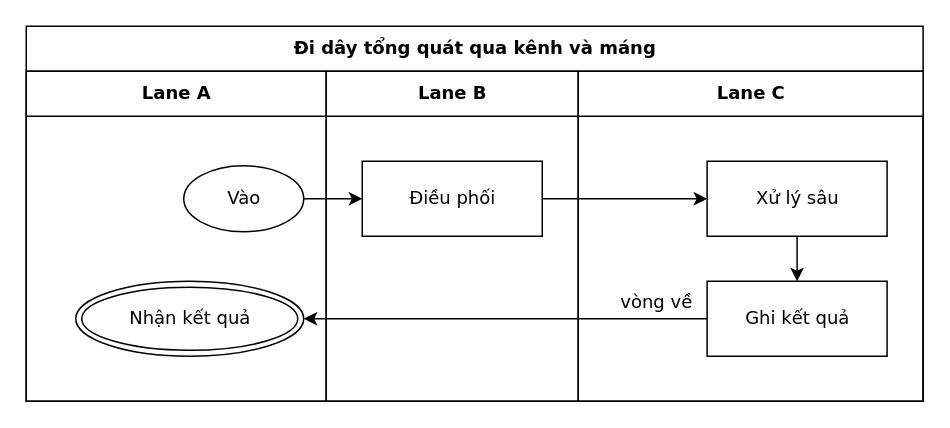
Earlier version of the draw.io diagram conformance/golden/optimize/cases-16-route-general.drawio (luytbq/flowcast). Source tidied: cells renumbered, new cells numbered last; positions are measured from the earlier drawing's top-left corner, leaving out a move shared by most shapes. Both pictures are drawn from the tidied source at 150%, with x=0, y=0 at pixel (26, 26).
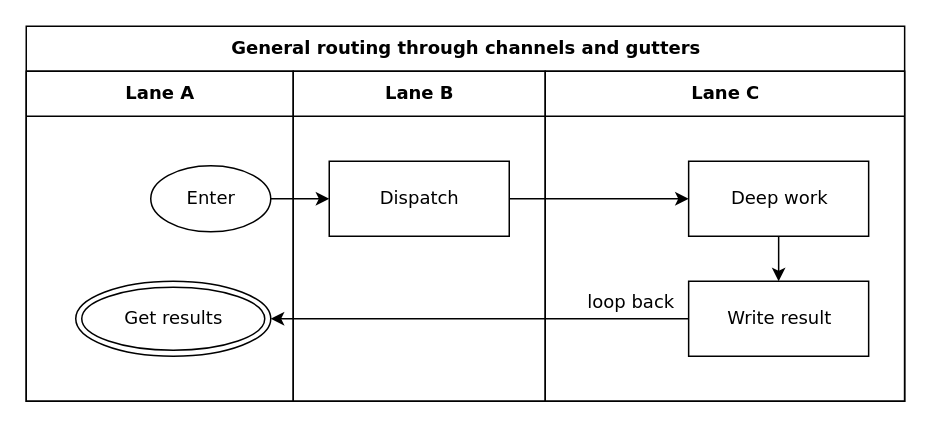
The same page after the edit.

Change to the diagram source:
```diff
@@
 <mxGraphModel>
   <root>
     <mxCell id="0" />
     <mxCell id="1" parent="0" />
-    <mxCell id="2" value="Đi dây tổng quát qua kênh và máng" style="swimlane;html=1;startSize=30;fontStyle=1;fontFamily=Verdana;fontSize=12;flowtable=1;" parent="1" vertex="1">
-      <mxGeometry width="597.9" height="250" as="geometry" />
+    <mxCell id="2" value="General routing through channels and gutters" style="swimlane;html=1;startSize=30;fontStyle=1;fontFamily=Verdana;fontSize=12;flowtable=1;" parent="1" vertex="1">
+      <mxGeometry width="585.6" height="250" as="geometry" />
     </mxCell>
     <mxCell id="3" value="Lane A" style="swimlane;html=1;startSize=30;fontFamily=Verdana;fontSize=12;flowtable=1;" parent="2" vertex="1">
-      <mxGeometry y="30" width="200" height="220" as="geometry" />
+      <mxGeometry y="30" width="178" height="220" as="geometry" />
     </mxCell>
     <mxCell id="4" value="Lane B" style="swimlane;html=1;startSize=30;fontFamily=Verdana;fontSize=12;flowtable=1;" parent="2" vertex="1">
-      <mxGeometry x="200" y="30" width="168" height="220" as="geometry" />
+      <mxGeometry x="178" y="30" width="168" height="220" as="geometry" />
     </mxCell>
     <mxCell id="5" value="Lane C" style="swimlane;html=1;startSize=30;fontFamily=Verdana;fontSize=12;flowtable=1;" parent="2" vertex="1">
-      <mxGeometry x="368" y="30" width="229.9" height="220" as="geometry" />
+      <mxGeometry x="346" y="30" width="239.6" height="220" as="geometry" />
     </mxCell>
-    <mxCell id="6" value="Vào" style="ellipse;html=1;fontFamily=Verdana;fontSize=12;flowtable=1;" parent="3" vertex="1">
-      <mxGeometry x="105" y="63" width="80" height="44" as="geometry" />
+    <mxCell id="6" value="Enter" style="ellipse;html=1;fontFamily=Verdana;fontSize=12;flowtable=1;" parent="3" vertex="1">
+      <mxGeometry x="83" y="63" width="80" height="44" as="geometry" />
     </mxCell>
-    <mxCell id="7" value="Điều phối" style="rounded=0;html=1;fontFamily=Verdana;fontSize=12;flowtable=1;" parent="4" vertex="1">
+    <mxCell id="7" value="Dispatch" style="rounded=0;html=1;fontFamily=Verdana;fontSize=12;flowtable=1;" parent="4" vertex="1">
       <mxGeometry x="24" y="60" width="120" height="50" as="geometry" />
     </mxCell>
-    <mxCell id="8" value="Xử lý sâu" style="rounded=0;html=1;fontFamily=Verdana;fontSize=12;flowtable=1;" parent="5" vertex="1">
-      <mxGeometry x="85.9" y="60" width="120" height="50" as="geometry" />
+    <mxCell id="8" value="Deep work" style="rounded=0;html=1;fontFamily=Verdana;fontSize=12;flowtable=1;" parent="5" vertex="1">
+      <mxGeometry x="95.6" y="60" width="120" height="50" as="geometry" />
     </mxCell>
-    <mxCell id="9" value="Ghi kết quả" style="rounded=0;html=1;fontFamily=Verdana;fontSize=12;flowtable=1;" parent="5" vertex="1">
-      <mxGeometry x="85.9" y="140" width="120" height="50" as="geometry" />
+    <mxCell id="9" value="Write result" style="rounded=0;html=1;fontFamily=Verdana;fontSize=12;flowtable=1;" parent="5" vertex="1">
+      <mxGeometry x="95.6" y="140" width="120" height="50" as="geometry" />
     </mxCell>
-    <mxCell id="10" value="Nhận kết quả" style="shape=doubleEllipse;html=1;fontFamily=Verdana;fontSize=12;flowtable=1;" parent="3" vertex="1">
-      <mxGeometry x="33" y="140" width="152" height="50" as="geometry" />
+    <mxCell id="10" value="Get results" style="shape=doubleEllipse;html=1;fontFamily=Verdana;fontSize=12;flowtable=1;" parent="3" vertex="1">
+      <mxGeometry x="33" y="140" width="130" height="50" as="geometry" />
     </mxCell>
     <mxCell id="11" style="edgeStyle=orthogonalEdgeStyle;rounded=0;jettySize=auto;html=1;labelBackgroundColor=default;exitX=1;exitY=0.5;exitDx=0;exitDy=0;entryX=0;entryY=0.5;entryDx=0;entryDy=0;fontFamily=Verdana;fontSize=12;flowtable=1;" parent="2" edge="1" source="6" target="7">
       <mxGeometry relative="1" as="geometry" />
     </mxCell>
     <mxCell id="12" style="edgeStyle=orthogonalEdgeStyle;rounded=0;jettySize=auto;html=1;labelBackgroundColor=default;exitX=1;exitY=0.5;exitDx=0;exitDy=0;entryX=0;entryY=0.5;entryDx=0;entryDy=0;fontFamily=Verdana;fontSize=12;flowtable=1;" parent="2" edge="1" source="7" target="8">
       <mxGeometry relative="1" as="geometry" />
     </mxCell>
     <mxCell id="13" style="edgeStyle=orthogonalEdgeStyle;rounded=0;jettySize=auto;html=1;labelBackgroundColor=default;exitX=0.5;exitY=1;exitDx=0;exitDy=0;entryX=0.5;entryY=0;entryDx=0;entryDy=0;fontFamily=Verdana;fontSize=12;flowtable=1;" parent="2" edge="1" source="8" target="9">
       <mxGeometry relative="1" as="geometry" />
     </mxCell>
-    <mxCell id="14" value="vòng về" style="edgeStyle=orthogonalEdgeStyle;rounded=0;jettySize=auto;html=1;labelBackgroundColor=default;exitX=0;exitY=0.5;exitDx=0;exitDy=0;entryX=1;entryY=0.5;entryDx=0;entryDy=0;fontFamily=Verdana;fontSize=12;flowtable=1;" parent="2" edge="1" source="9" target="10">
-      <mxGeometry x="-0.75" relative="1" as="geometry">
+    <mxCell id="14" value="loop back" style="edgeStyle=orthogonalEdgeStyle;rounded=0;jettySize=auto;html=1;labelBackgroundColor=default;exitX=0;exitY=0.5;exitDx=0;exitDy=0;entryX=1;entryY=0.5;entryDx=0;entryDy=0;fontFamily=Verdana;fontSize=12;flowtable=1;" parent="2" edge="1" source="9" target="10">
+      <mxGeometry x="-0.72" relative="1" as="geometry">
         <mxPoint y="-11.5" as="offset" />
       </mxGeometry>
     </mxCell>
   </root>
 </mxGraphModel>
```
